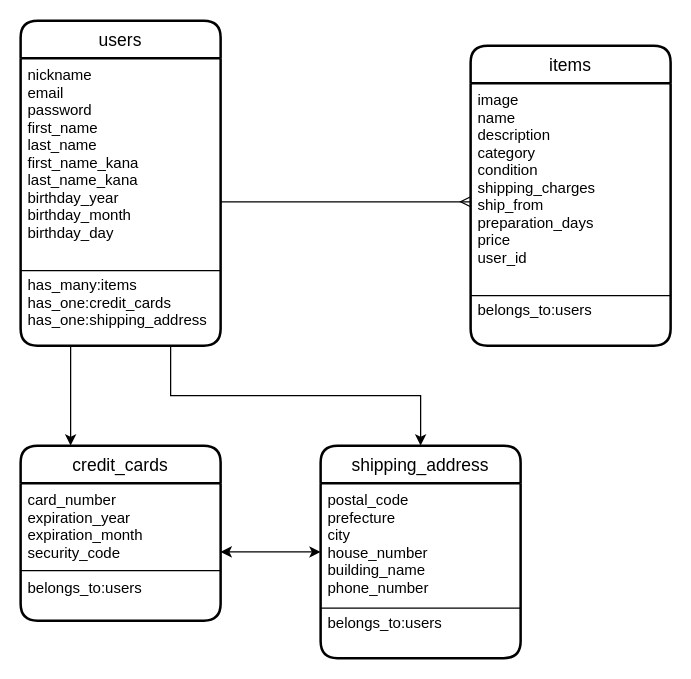
Before: furima.dio in ryo1997/furima-29800, a draw.io diagram. Source tidied: cells renumbered, new cells numbered last; positions are measured from the earlier drawing's top-left corner, leaving out a move shared by most shapes. Both pictures are drawn from the tidied source at 125%, with x=0, y=0 at pixel (20, 20).
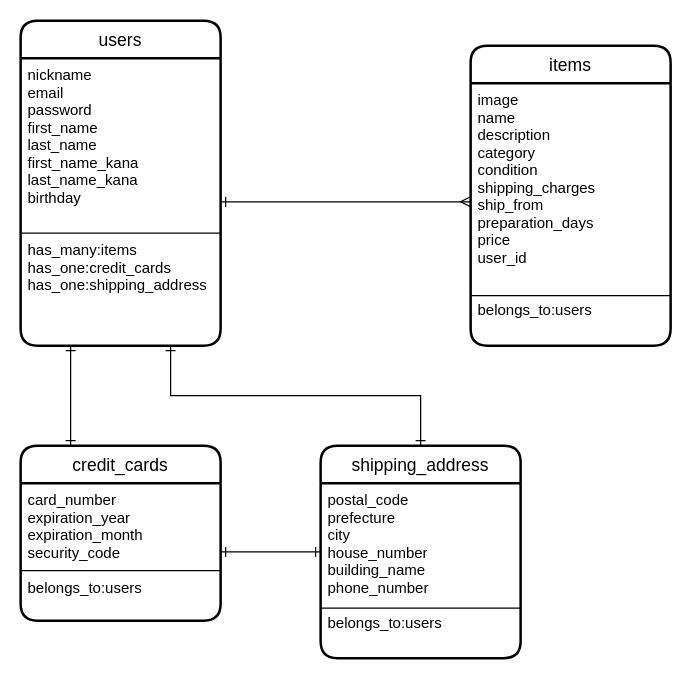
After the change.

Commit message (it also covers changes not shown here):
誕生日に関する記述

Unchanged cells that the change refers to:
```xml
<mxCell id="3" value="image&#10;name &#10;description&#10;category&#10;condition&#10;shipping_charges&#10;ship_from&#10;preparation_days&#10;price&#10;user_id&#10;&#10;&#10;belongs_to:users" style="align=left;strokeColor=none;fillColor=none;spacingLeft=4;fontSize=12;verticalAlign=top;" parent="2" vertex="1">
  <mxGeometry y="30" width="160" height="210" as="geometry" />
</mxCell>
<mxCell id="5" value="credit_cards" style="swimlane;horizontal=1;startSize=30;rounded=1;fontSize=14;fontStyle=0;strokeWidth=2;shadow=0;dashed=0;align=center;" parent="1" vertex="1">
  <mxGeometry y="340" width="160" height="140" as="geometry" />
</mxCell>
<mxCell id="6" value="card_number&#10;expiration_year&#10;expiration_month&#10;security_code&#10;&#10;belongs_to:users&#10;" style="align=left;strokeColor=none;fillColor=none;spacingLeft=4;fontSize=12;verticalAlign=top;" parent="5" vertex="1">
  <mxGeometry y="30" width="160" height="110" as="geometry" />
</mxCell>
<mxCell id="10" value="shipping_address" style="swimlane;horizontal=1;startSize=30;rounded=1;fontSize=14;fontStyle=0;strokeWidth=2;shadow=0;dashed=0;align=center;" parent="1" vertex="1">
  <mxGeometry x="240" y="340" width="160" height="170" as="geometry" />
</mxCell>
<mxCell id="11" value="postal_code&#10;prefecture&#10;city&#10;house_number&#10;building_name&#10;phone_number&#10;&#10;belongs_to:users" style="align=left;strokeColor=none;fillColor=none;spacingLeft=4;fontSize=12;verticalAlign=top;" parent="10" vertex="1">
  <mxGeometry y="30" width="160" height="140" as="geometry" />
</mxCell>
<mxCell id="14" value="users" style="swimlane;horizontal=1;startSize=30;rounded=1;fontSize=14;fontStyle=0;strokeWidth=2;shadow=0;dashed=0;align=center;" parent="1" vertex="1">
  <mxGeometry width="160" height="260" as="geometry" />
</mxCell>
```

The edit, as a diff of the source:
```diff
@@
-    <mxCell id="8" style="edgeStyle=orthogonalEdgeStyle;rounded=0;jettySize=auto;html=1;exitX=0.75;exitY=1;exitDx=0;exitDy=0;startArrow=none;startFill=0;" parent="1" edge="1" source="15" target="10">
+    <mxCell id="8" style="edgeStyle=orthogonalEdgeStyle;rounded=0;jettySize=auto;html=1;exitX=0.75;exitY=1;exitDx=0;exitDy=0;startArrow=ERone;startFill=0;endArrow=ERone;endFill=0;" parent="1" edge="1" source="15" target="10">
       <mxGeometry relative="1" as="geometry" />
     </mxCell>
-    <mxCell id="9" style="edgeStyle=orthogonalEdgeStyle;rounded=0;jettySize=auto;html=1;exitX=0.25;exitY=1;exitDx=0;exitDy=0;entryX=0.25;entryY=0;entryDx=0;entryDy=0;startArrow=none;startFill=0;" parent="1" edge="1" source="15" target="5">
+    <mxCell id="9" style="edgeStyle=orthogonalEdgeStyle;rounded=0;jettySize=auto;html=1;exitX=0.25;exitY=1;exitDx=0;exitDy=0;entryX=0.25;entryY=0;entryDx=0;entryDy=0;startArrow=ERone;startFill=0;endArrow=ERone;endFill=0;" parent="1" edge="1" source="15" target="5">
       <mxGeometry relative="1" as="geometry" />
     </mxCell>
@@
-    <mxCell id="13" style="edgeStyle=orthogonalEdgeStyle;rounded=0;jettySize=auto;html=1;exitX=1;exitY=0.5;exitDx=0;exitDy=0;entryX=0;entryY=0.393;entryDx=0;entryDy=0;entryPerimeter=0;startArrow=classic;startFill=1;endArrow=classic;endFill=1;" parent="1" edge="1" source="6" target="11">
+    <mxCell id="13" style="edgeStyle=orthogonalEdgeStyle;rounded=0;jettySize=auto;html=1;exitX=1;exitY=0.5;exitDx=0;exitDy=0;entryX=0;entryY=0.393;entryDx=0;entryDy=0;entryPerimeter=0;startArrow=ERone;startFill=0;endArrow=ERone;endFill=0;" parent="1" edge="1" source="6" target="11">
       <mxGeometry relative="1" as="geometry" />
     </mxCell>
@@
-    <mxCell id="15" value="nickname&#10;email&#10;password&#10;first_name&#10;last_name&#10;first_name_kana&#10;last_name_kana&#10;birthday_year&#10;birthday_month&#10;birthday_day&#10;&#10;&#10;has_many:items&#10;has_one:credit_cards&#10;has_one:shipping_address&#10;" style="align=left;strokeColor=none;fillColor=none;spacingLeft=4;fontSize=12;verticalAlign=top;" parent="14" vertex="1">
+    <mxCell id="15" value="nickname&#10;email&#10;password&#10;first_name&#10;last_name&#10;first_name_kana&#10;last_name_kana&#10;birthday&#10;&#10;&#10;has_many:items&#10;has_one:credit_cards&#10;has_one:shipping_address&#10;" style="align=left;strokeColor=none;fillColor=none;spacingLeft=4;fontSize=12;verticalAlign=top;" parent="14" vertex="1">
       <mxGeometry y="30" width="160" height="230" as="geometry" />
     </mxCell>
@@
     <mxCell id="17" style="endArrow=none;html=1;rounded=0;" parent="14" edge="1">
       <mxGeometry relative="1" as="geometry">
-        <mxPoint y="200" as="sourcePoint" />
-        <mxPoint x="160" y="200" as="targetPoint" />
+        <mxPoint y="170" as="sourcePoint" />
+        <mxPoint x="160" y="170" as="targetPoint" />
       </mxGeometry>
     </mxCell>
-    <mxCell id="18" style="edgeStyle=orthogonalEdgeStyle;rounded=0;jettySize=auto;html=1;exitX=1;exitY=0.5;exitDx=0;exitDy=0;entryX=0;entryY=0.452;entryDx=0;entryDy=0;entryPerimeter=0;startArrow=none;startFill=0;endArrow=ERmany;endFill=0;" parent="1" edge="1" source="15" target="3">
+    <mxCell id="18" style="edgeStyle=orthogonalEdgeStyle;rounded=0;jettySize=auto;html=1;exitX=1;exitY=0.5;exitDx=0;exitDy=0;entryX=0;entryY=0.452;entryDx=0;entryDy=0;entryPerimeter=0;startArrow=ERone;startFill=0;endArrow=ERmany;endFill=0;" parent="1" edge="1" source="15" target="3">
       <mxGeometry relative="1" as="geometry" />
     </mxCell>
```
